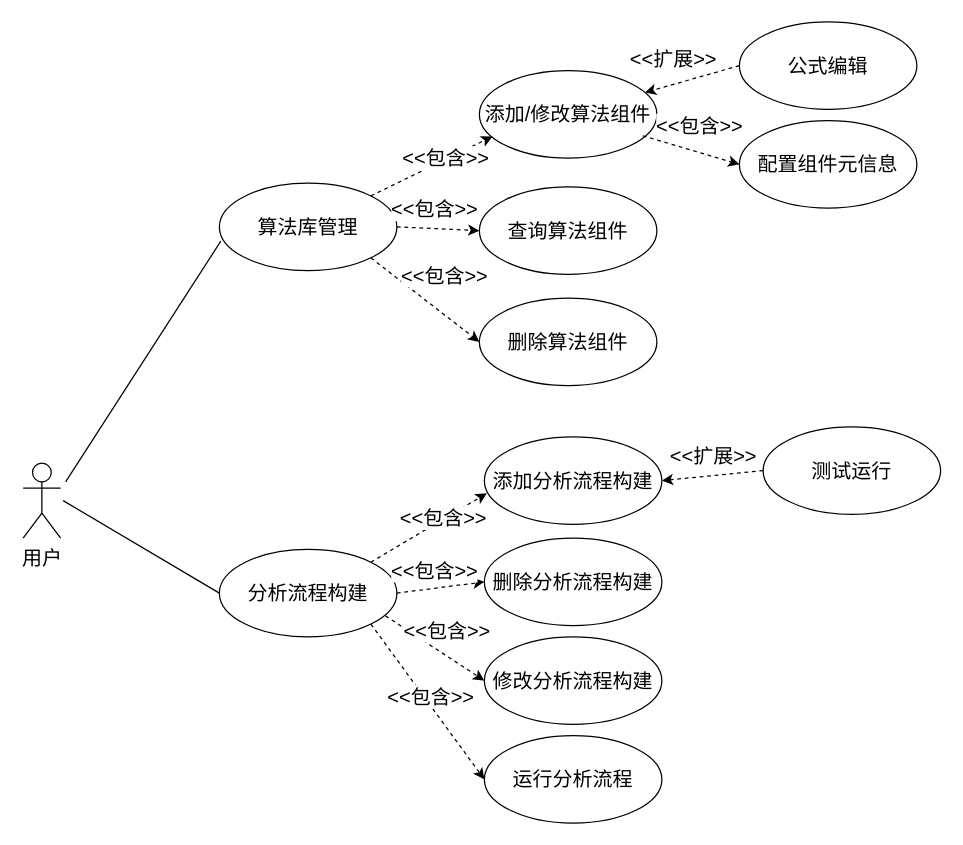
nianqingdeguowang/python keeps this draw.io diagram as 数据分析与模型构建.drawio. Above is the earlier version. Source tidied: cells renumbered, new cells numbered last; positions are measured from the earlier drawing's top-left corner, leaving out a move shared by most shapes. Both pictures are drawn from the tidied source at 125%, with x=0, y=0 at pixel (22, 21).
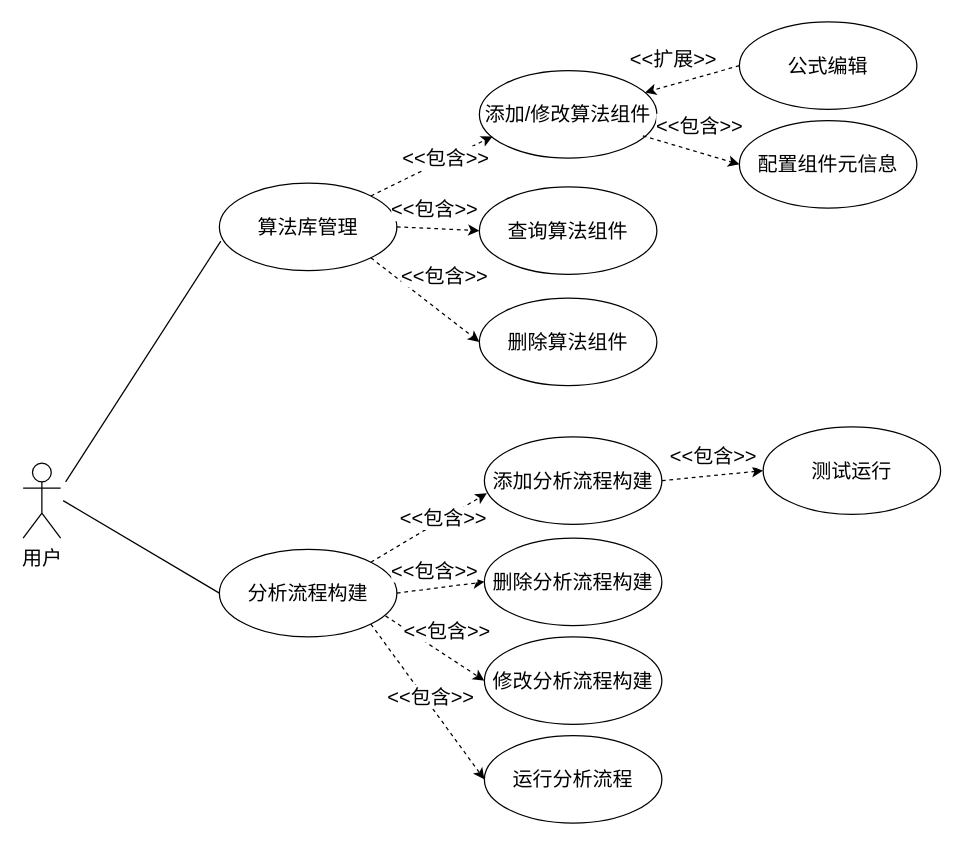
The same page after the edit.

Commit message:
更新数据分析与模型构建.drawio

Unchanged cells that the change refers to:
```xml
<mxCell id="8" value="&lt;font style=&quot;font-size: 16px;&quot;&gt;添加分析流程构建&lt;/font&gt;" style="ellipse;whiteSpace=wrap;html=1;" parent="1" vertex="1">
  <mxGeometry x="369" y="332" width="142" height="70" as="geometry" />
</mxCell>
<mxCell id="19" value="&lt;font style=&quot;font-size: 16px;&quot;&gt;测试运行&lt;/font&gt;" style="ellipse;whiteSpace=wrap;html=1;" parent="1" vertex="1">
  <mxGeometry x="592" y="324" width="142" height="70" as="geometry" />
</mxCell>
```

Diff of the diagram source:
```diff
@@
-    <mxCell id="20" style="rounded=0;jettySize=auto;html=1;exitX=0;exitY=0.5;exitDx=0;exitDy=0;dashed=1;entryX=1;entryY=0.5;entryDx=0;entryDy=0;" parent="1" edge="1" source="19" target="8">
+    <mxCell id="20" style="rounded=0;jettySize=auto;html=1;exitX=0;exitY=0.5;exitDx=0;exitDy=0;dashed=1;entryX=1;entryY=0.5;entryDx=0;entryDy=0;startArrow=classic;startFill=1;endArrow=none;endFill=0;" parent="1" edge="1" source="19" target="8">
       <mxGeometry relative="1" as="geometry" />
     </mxCell>
-    <mxCell id="21" value="&lt;font style=&quot;font-size: 16px;&quot;&gt;&amp;lt;&amp;lt;扩展&amp;gt;&amp;gt;&lt;/font&gt;" style="edgeLabel;html=1;align=center;verticalAlign=middle;" parent="20" vertex="1">
+    <mxCell id="21" value="&lt;font style=&quot;font-size: 16px;&quot;&gt;&amp;lt;&amp;lt;包含&amp;gt;&amp;gt;&lt;/font&gt;" style="edgeLabel;html=1;align=center;verticalAlign=middle;" parent="20" vertex="1">
       <mxGeometry x="0.26" y="1" relative="1" as="geometry">
         <mxPoint x="10" y="-19" as="offset" />
       </mxGeometry>
     </mxCell>
```
